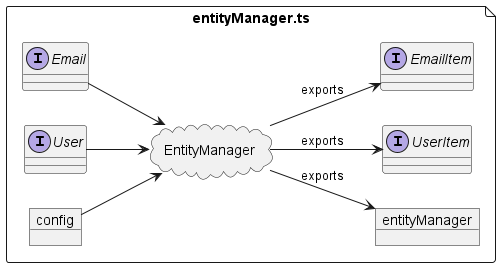
karmaniverous/entity-manager-demo keeps this PlantUML diagram as assets/entityManager.png. Above is the earlier version.
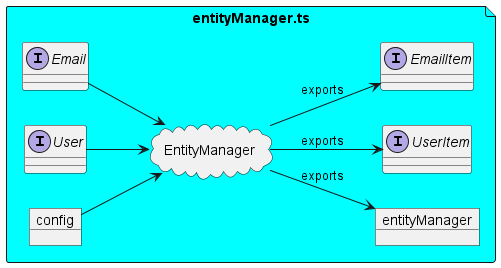
The same file after the commit.

Change to the diagram source:
```diff
@@ -4,7 +4,7 @@
 
 left to right direction
 
-file "entityManager.ts" as entityManagerTs {
+file "entityManager.ts" as entityManagerTs #Cyan {
     interface Email
     interface User
     object config
```
